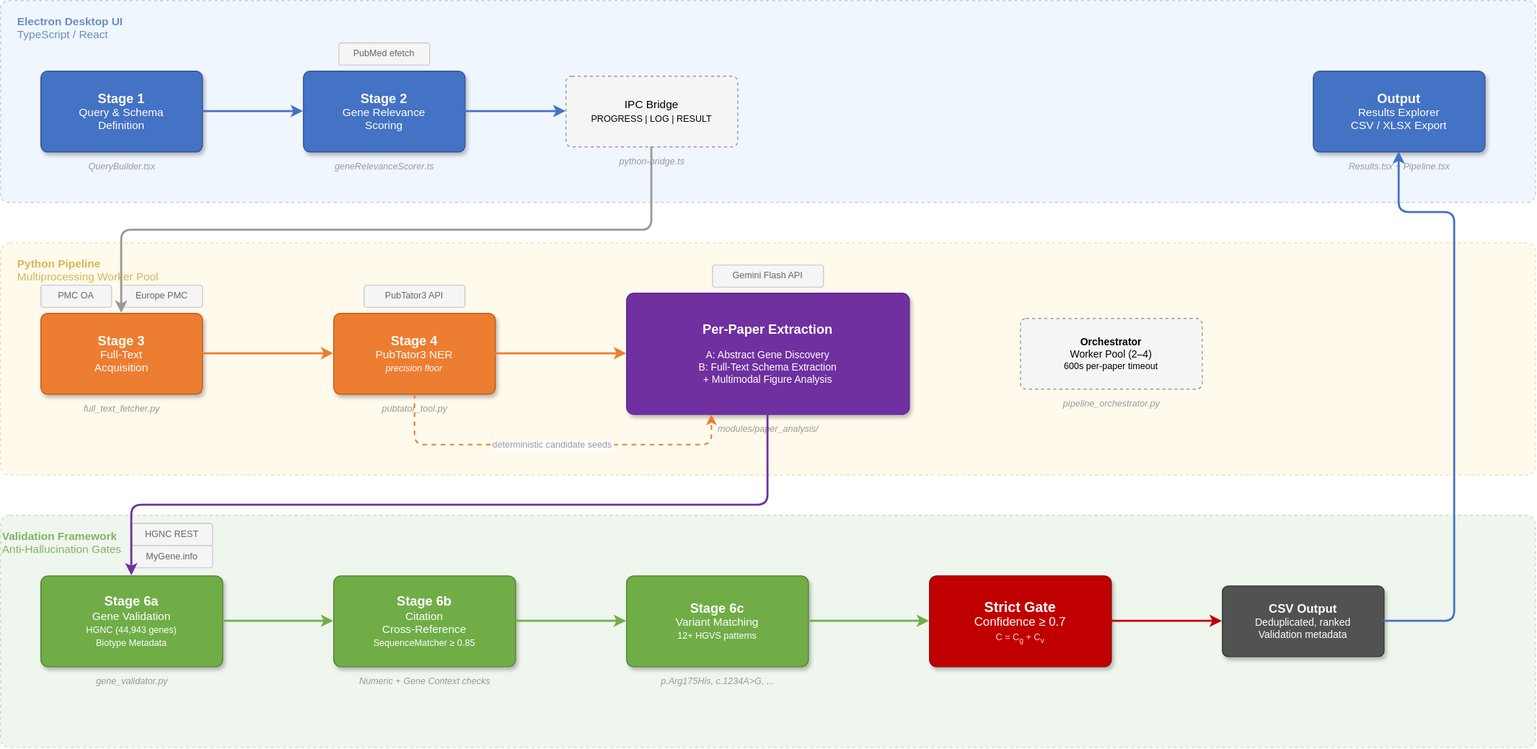
This is publication/figures/architecture_diagram.drawio.svg from michaluppal/Researchshop-Disease2Gene, a draw.io export, as it was before one commit. Source tidied: cells renumbered, new cells last; positions are measured from the earlier drawing's top-left corner, leaving out a move shared by most shapes.
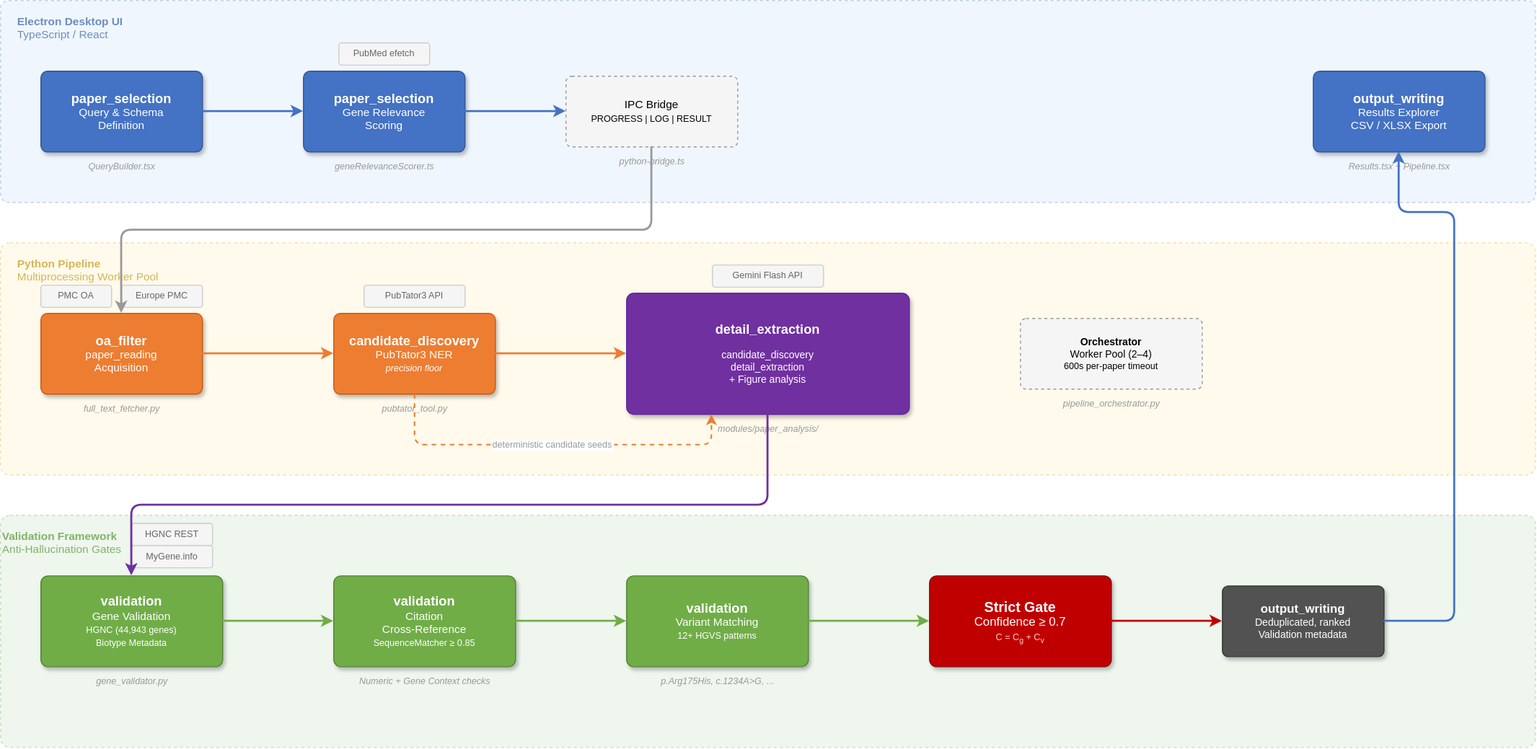
The same file after the commit.

What changed in the source:
```diff
@@ -20,13 +20,13 @@
     <mxCell id="7" value="&lt;b&gt;Validation Framework&lt;/b&gt;&lt;br&gt;Anti-Hallucination Gates" style="text;html=1;fontSize=11;fontColor=#82b366;align=left;verticalAlign=top;" parent="1" vertex="1">
       <mxGeometry y="518" width="220" height="40" as="geometry" />
     </mxCell>
-    <mxCell id="8" value="&lt;b style=&quot;font-size:13px&quot;&gt;Stage 1&lt;/b&gt;&lt;br&gt;Query &amp; Schema&lt;br&gt;Definition" style="rounded=1;whiteSpace=wrap;html=1;fillColor=#4472C4;fontColor=#ffffff;strokeColor=#2F5597;fontSize=11;arcSize=8;shadow=1;" parent="1" vertex="1">
+    <mxCell id="8" value="&lt;b style=&quot;font-size:13px&quot;&gt;paper_selection&lt;/b&gt;&lt;br&gt;Query &amp; Schema&lt;br&gt;Definition" style="rounded=1;whiteSpace=wrap;html=1;fillColor=#4472C4;fontColor=#ffffff;strokeColor=#2F5597;fontSize=11;arcSize=8;shadow=1;" parent="1" vertex="1">
       <mxGeometry x="40" y="70" width="160" height="80" as="geometry" />
     </mxCell>
     <mxCell id="9" value="QueryBuilder.tsx" style="text;html=1;fontSize=9;fontColor=#999999;fontStyle=2;align=center;" parent="1" vertex="1">
       <mxGeometry x="40" y="153" width="160" height="20" as="geometry" />
     </mxCell>
-    <mxCell id="10" value="&lt;b style=&quot;font-size:13px&quot;&gt;Stage 2&lt;/b&gt;&lt;br&gt;Gene Relevance&lt;br&gt;Scoring" style="rounded=1;whiteSpace=wrap;html=1;fillColor=#4472C4;fontColor=#ffffff;strokeColor=#2F5597;fontSize=11;arcSize=8;shadow=1;" parent="1" vertex="1">
+    <mxCell id="10" value="&lt;b style=&quot;font-size:13px&quot;&gt;paper_selection&lt;/b&gt;&lt;br&gt;Gene Relevance&lt;br&gt;Scoring" style="rounded=1;whiteSpace=wrap;html=1;fillColor=#4472C4;fontColor=#ffffff;strokeColor=#2F5597;fontSize=11;arcSize=8;shadow=1;" parent="1" vertex="1">
       <mxGeometry x="300" y="70" width="160" height="80" as="geometry" />
     </mxCell>
     <mxCell id="11" value="geneRelevanceScorer.ts" style="text;html=1;fontSize=9;fontColor=#999999;fontStyle=2;align=center;" parent="1" vertex="1">
@@ -41,13 +41,13 @@
     <mxCell id="14" value="python-bridge.ts" style="text;html=1;fontSize=9;fontColor=#999999;fontStyle=2;align=center;" parent="1" vertex="1">
       <mxGeometry x="560" y="148" width="170" height="20" as="geometry" />
     </mxCell>
-    <mxCell id="15" value="&lt;b style=&quot;font-size:13px&quot;&gt;Output&lt;/b&gt;&lt;br&gt;Results Explorer&lt;br&gt;CSV / XLSX Export" style="rounded=1;whiteSpace=wrap;html=1;fillColor=#4472C4;fontColor=#ffffff;strokeColor=#2F5597;fontSize=11;arcSize=8;shadow=1;" parent="1" vertex="1">
+    <mxCell id="15" value="&lt;b style=&quot;font-size:13px&quot;&gt;output_writing&lt;/b&gt;&lt;br&gt;Results Explorer&lt;br&gt;CSV / XLSX Export" style="rounded=1;whiteSpace=wrap;html=1;fillColor=#4472C4;fontColor=#ffffff;strokeColor=#2F5597;fontSize=11;arcSize=8;shadow=1;" parent="1" vertex="1">
       <mxGeometry x="1300" y="70" width="170" height="80" as="geometry" />
     </mxCell>
     <mxCell id="16" value="Results.tsx + Pipeline.tsx" style="text;html=1;fontSize=9;fontColor=#999999;fontStyle=2;align=center;" parent="1" vertex="1">
       <mxGeometry x="1300" y="153" width="170" height="20" as="geometry" />
     </mxCell>
-    <mxCell id="17" value="&lt;b style=&quot;font-size:13px&quot;&gt;Stage 3&lt;/b&gt;&lt;br&gt;Full-Text&lt;br&gt;Acquisition" style="rounded=1;whiteSpace=wrap;html=1;fillColor=#ED7D31;fontColor=#ffffff;strokeColor=#C55A11;fontSize=11;arcSize=8;shadow=1;" parent="1" vertex="1">
+    <mxCell id="17" value="&lt;b style=&quot;font-size:13px&quot;&gt;oa_filter&lt;/b&gt;&lt;br&gt;paper_reading&lt;br&gt;Acquisition" style="rounded=1;whiteSpace=wrap;html=1;fillColor=#ED7D31;fontColor=#ffffff;strokeColor=#C55A11;fontSize=11;arcSize=8;shadow=1;" parent="1" vertex="1">
       <mxGeometry x="40" y="310" width="160" height="80" as="geometry" />
     </mxCell>
     <mxCell id="18" value="full_text_fetcher.py" style="text;html=1;fontSize=9;fontColor=#999999;fontStyle=2;align=center;" parent="1" vertex="1">
@@ -59,7 +59,7 @@
     <mxCell id="20" value="Europe PMC" style="rounded=1;whiteSpace=wrap;html=1;fillColor=#f5f5f5;strokeColor=#cccccc;fontSize=9;fontColor=#666666;arcSize=12;" parent="1" vertex="1">
       <mxGeometry x="120" y="282" width="80" height="22" as="geometry" />
     </mxCell>
-    <mxCell id="21" value="&lt;b style=&quot;font-size:13px&quot;&gt;Stage 4&lt;/b&gt;&lt;br&gt;PubTator3 NER&lt;br&gt;&lt;font style=&quot;font-size:9px;font-style:italic&quot;&gt;precision floor&lt;/font&gt;" style="rounded=1;whiteSpace=wrap;html=1;fillColor=#ED7D31;fontColor=#ffffff;strokeColor=#C55A11;fontSize=11;arcSize=8;shadow=1;" parent="1" vertex="1">
+    <mxCell id="21" value="&lt;b style=&quot;font-size:13px&quot;&gt;candidate_discovery&lt;/b&gt;&lt;br&gt;PubTator3 NER&lt;br&gt;&lt;font style=&quot;font-size:9px;font-style:italic&quot;&gt;precision floor&lt;/font&gt;" style="rounded=1;whiteSpace=wrap;html=1;fillColor=#ED7D31;fontColor=#ffffff;strokeColor=#C55A11;fontSize=11;arcSize=8;shadow=1;" parent="1" vertex="1">
       <mxGeometry x="330" y="310" width="160" height="80" as="geometry" />
     </mxCell>
     <mxCell id="22" value="pubtator_tool.py" style="text;html=1;fontSize=9;fontColor=#999999;fontStyle=2;align=center;" parent="1" vertex="1">
@@ -68,7 +68,7 @@
     <mxCell id="23" value="PubTator3 API" style="rounded=1;whiteSpace=wrap;html=1;fillColor=#f5f5f5;strokeColor=#cccccc;fontSize=9;fontColor=#666666;arcSize=12;" parent="1" vertex="1">
       <mxGeometry x="360" y="282" width="100" height="22" as="geometry" />
     </mxCell>
-    <mxCell id="24" value="&lt;b style=&quot;font-size:13px&quot;&gt;Per-Paper Extraction&lt;/b&gt;&lt;br&gt;&lt;br&gt;A: Abstract Gene Discovery&lt;br&gt;B: Full-Text Schema Extraction&lt;br&gt;+ Multimodal Figure Analysis" style="rounded=1;whiteSpace=wrap;html=1;fillColor=#7030A0;fontColor=#ffffff;strokeColor=#5B259F;fontSize=10;arcSize=6;shadow=1;" parent="1" vertex="1">
+    <mxCell id="24" value="&lt;b style=&quot;font-size:13px&quot;&gt;detail_extraction&lt;/b&gt;&lt;br&gt;&lt;br&gt;candidate_discovery&lt;br&gt;detail_extraction&lt;br&gt;+ Figure analysis" style="rounded=1;whiteSpace=wrap;html=1;fillColor=#7030A0;fontColor=#ffffff;strokeColor=#5B259F;fontSize=10;arcSize=6;shadow=1;" parent="1" vertex="1">
       <mxGeometry x="620" y="290" width="280" height="120" as="geometry" />
     </mxCell>
     <mxCell id="25" value="modules/paper_analysis/" style="text;html=1;fontSize=9;fontColor=#999999;fontStyle=2;align=center;" parent="1" vertex="1">
@@ -83,7 +83,7 @@
     <mxCell id="28" value="pipeline_orchestrator.py" style="text;html=1;fontSize=9;fontColor=#999999;fontStyle=2;align=center;" parent="1" vertex="1">
       <mxGeometry x="1010" y="388" width="180" height="20" as="geometry" />
     </mxCell>
-    <mxCell id="29" value="&lt;b style=&quot;font-size:13px&quot;&gt;Stage 6a&lt;/b&gt;&lt;br&gt;Gene Validation&lt;br&gt;&lt;font style=&quot;font-size:9px&quot;&gt;HGNC (44,943 genes)&lt;br&gt;Biotype Metadata&lt;/font&gt;" style="rounded=1;whiteSpace=wrap;html=1;fillColor=#70AD47;fontColor=#ffffff;strokeColor=#548235;fontSize=11;arcSize=8;shadow=1;" parent="1" vertex="1">
+    <mxCell id="29" value="&lt;b style=&quot;font-size:13px&quot;&gt;validation&lt;/b&gt;&lt;br&gt;Gene Validation&lt;br&gt;&lt;font style=&quot;font-size:9px&quot;&gt;HGNC (44,943 genes)&lt;br&gt;Biotype Metadata&lt;/font&gt;" style="rounded=1;whiteSpace=wrap;html=1;fillColor=#70AD47;fontColor=#ffffff;strokeColor=#548235;fontSize=11;arcSize=8;shadow=1;" parent="1" vertex="1">
       <mxGeometry x="40" y="570" width="180" height="90" as="geometry" />
     </mxCell>
     <mxCell id="30" value="gene_validator.py" style="text;html=1;fontSize=9;fontColor=#999999;fontStyle=2;align=center;" parent="1" vertex="1">
@@ -95,13 +95,13 @@
     <mxCell id="32" value="MyGene.info" style="rounded=1;whiteSpace=wrap;html=1;fillColor=#f5f5f5;strokeColor=#cccccc;fontSize=9;fontColor=#666666;arcSize=12;" parent="1" vertex="1">
       <mxGeometry x="130" y="540" width="80" height="22" as="geometry" />
     </mxCell>
-    <mxCell id="33" value="&lt;b style=&quot;font-size:13px&quot;&gt;Stage 6b&lt;/b&gt;&lt;br&gt;Citation&lt;br&gt;Cross-Reference&lt;br&gt;&lt;font style=&quot;font-size:9px&quot;&gt;SequenceMatcher ≥ 0.85&lt;/font&gt;" style="rounded=1;whiteSpace=wrap;html=1;fillColor=#70AD47;fontColor=#ffffff;strokeColor=#548235;fontSize=11;arcSize=8;shadow=1;" parent="1" vertex="1">
+    <mxCell id="33" value="&lt;b style=&quot;font-size:13px&quot;&gt;validation&lt;/b&gt;&lt;br&gt;Citation&lt;br&gt;Cross-Reference&lt;br&gt;&lt;font style=&quot;font-size:9px&quot;&gt;SequenceMatcher ≥ 0.85&lt;/font&gt;" style="rounded=1;whiteSpace=wrap;html=1;fillColor=#70AD47;fontColor=#ffffff;strokeColor=#548235;fontSize=11;arcSize=8;shadow=1;" parent="1" vertex="1">
       <mxGeometry x="330" y="570" width="180" height="90" as="geometry" />
     </mxCell>
     <mxCell id="34" value="Numeric + Gene Context checks" style="text;html=1;fontSize=9;fontColor=#999999;fontStyle=2;align=center;" parent="1" vertex="1">
       <mxGeometry x="330" y="663" width="180" height="20" as="geometry" />
     </mxCell>
-    <mxCell id="35" value="&lt;b style=&quot;font-size:13px&quot;&gt;Stage 6c&lt;/b&gt;&lt;br&gt;Variant Matching&lt;br&gt;&lt;font style=&quot;font-size:9px&quot;&gt;12+ HGVS patterns&lt;/font&gt;" style="rounded=1;whiteSpace=wrap;html=1;fillColor=#70AD47;fontColor=#ffffff;strokeColor=#548235;fontSize=11;arcSize=8;shadow=1;" parent="1" vertex="1">
+    <mxCell id="35" value="&lt;b style=&quot;font-size:13px&quot;&gt;validation&lt;/b&gt;&lt;br&gt;Variant Matching&lt;br&gt;&lt;font style=&quot;font-size:9px&quot;&gt;12+ HGVS patterns&lt;/font&gt;" style="rounded=1;whiteSpace=wrap;html=1;fillColor=#70AD47;fontColor=#ffffff;strokeColor=#548235;fontSize=11;arcSize=8;shadow=1;" parent="1" vertex="1">
       <mxGeometry x="620" y="570" width="180" height="90" as="geometry" />
     </mxCell>
     <mxCell id="36" value="p.Arg175His, c.1234A&gt;G, ..." style="text;html=1;fontSize=9;fontColor=#999999;fontStyle=2;align=center;" parent="1" vertex="1">
@@ -110,7 +110,7 @@
     <mxCell id="37" value="&lt;b style=&quot;font-size:14px;color:#ffffff&quot;&gt;Strict Gate&lt;/b&gt;&lt;br&gt;&lt;font style=&quot;font-size:12px;color:#ffffff&quot;&gt;Confidence ≥ 0.7&lt;/font&gt;&lt;br&gt;&lt;font style=&quot;font-size:9px;color:#ffcccc&quot;&gt;C = C&lt;sub&gt;g&lt;/sub&gt; + C&lt;sub&gt;v&lt;/sub&gt;&lt;/font&gt;" style="rounded=1;whiteSpace=wrap;html=1;fillColor=#C00000;fontColor=#ffffff;strokeColor=#8B0000;fontSize=11;arcSize=8;shadow=1;" parent="1" vertex="1">
       <mxGeometry x="920" y="570" width="180" height="90" as="geometry" />
     </mxCell>
-    <mxCell id="38" value="&lt;b style=&quot;font-size:12px&quot;&gt;CSV Output&lt;/b&gt;&lt;br&gt;Deduplicated, ranked&lt;br&gt;Validation metadata" style="rounded=1;whiteSpace=wrap;html=1;fillColor=#525252;fontColor=#ffffff;strokeColor=#333333;fontSize=10;arcSize=8;shadow=1;" parent="1" vertex="1">
+    <mxCell id="38" value="&lt;b style=&quot;font-size:12px&quot;&gt;output_writing&lt;/b&gt;&lt;br&gt;Deduplicated, ranked&lt;br&gt;Validation metadata" style="rounded=1;whiteSpace=wrap;html=1;fillColor=#525252;fontColor=#ffffff;strokeColor=#333333;fontSize=10;arcSize=8;shadow=1;" parent="1" vertex="1">
       <mxGeometry x="1210" y="580" width="160" height="70" as="geometry" />
     </mxCell>
     <mxCell id="39" style="edgeStyle=orthogonalEdgeStyle;strokeColor=#4472C4;strokeWidth=2;rounded=1;" parent="1" edge="1" source="8" target="10">
```
